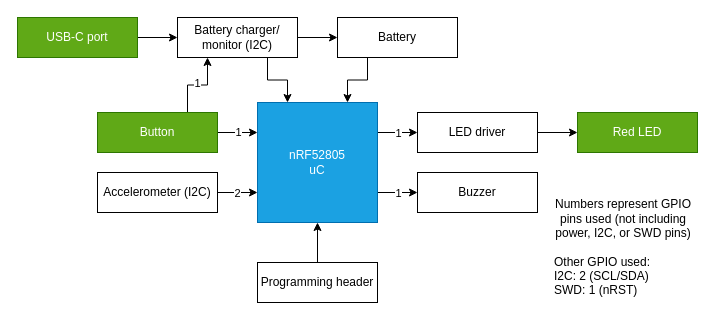
Above: docs/DWG_HW-Architecture.drawio in Embedded-Shark-LLC/BT-Bike-Light (draw.io), before the change. Source tidied: cells renumbered, new cells numbered last; positions are measured from the earlier drawing's top-left corner, leaving out a move shared by most shapes. Both pictures are drawn from the tidied source at 100%, with x=0, y=0 at pixel (17, 17).
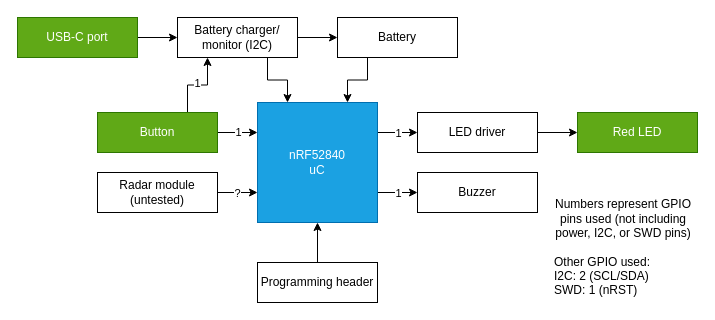
Above is the later version.

Commit message (it also covers changes not shown here):
Update hardware block diagram

The change refers to these unchanged cells:
```xml
<mxCell id="26" style="edgeStyle=orthogonalEdgeStyle;rounded=0;jettySize=auto;html=1;entryX=0;entryY=0.75;entryDx=0;entryDy=0;" parent="1" edge="1" source="28" target="6">
  <mxGeometry relative="1" as="geometry" />
</mxCell>
```

Diff of the diagram source:
```diff
@@
-    <mxCell id="6" value="nRF52805&lt;div&gt;uC&lt;/div&gt;" style="rounded=0;whiteSpace=wrap;html=1;fillColor=#1ba1e2;fontColor=#ffffff;strokeColor=#006EAF;" parent="1" vertex="1">
+    <mxCell id="6" value="nRF52840&lt;div&gt;uC&lt;/div&gt;" style="rounded=0;whiteSpace=wrap;html=1;fillColor=#1ba1e2;fontColor=#ffffff;strokeColor=#006EAF;" parent="1" vertex="1">
       <mxGeometry x="240" y="85" width="120" height="120" as="geometry" />
     </mxCell>
@@
-    <mxCell id="27" value="2" style="edgeLabel;html=1;align=center;verticalAlign=middle;" parent="26" vertex="1">
+    <mxCell id="27" value="?" style="edgeLabel;html=1;align=center;verticalAlign=middle;" parent="26" vertex="1">
       <mxGeometry x="-0.07" relative="1" as="geometry" />
     </mxCell>
-    <mxCell id="28" value="Accelerometer (I2C)" style="rounded=0;whiteSpace=wrap;html=1;" parent="1" vertex="1">
+    <mxCell id="28" value="Radar module&lt;div&gt;(untested)&lt;/div&gt;" style="rounded=0;whiteSpace=wrap;html=1;" parent="1" vertex="1">
       <mxGeometry x="80" y="155" width="120" height="40" as="geometry" />
     </mxCell>
```
